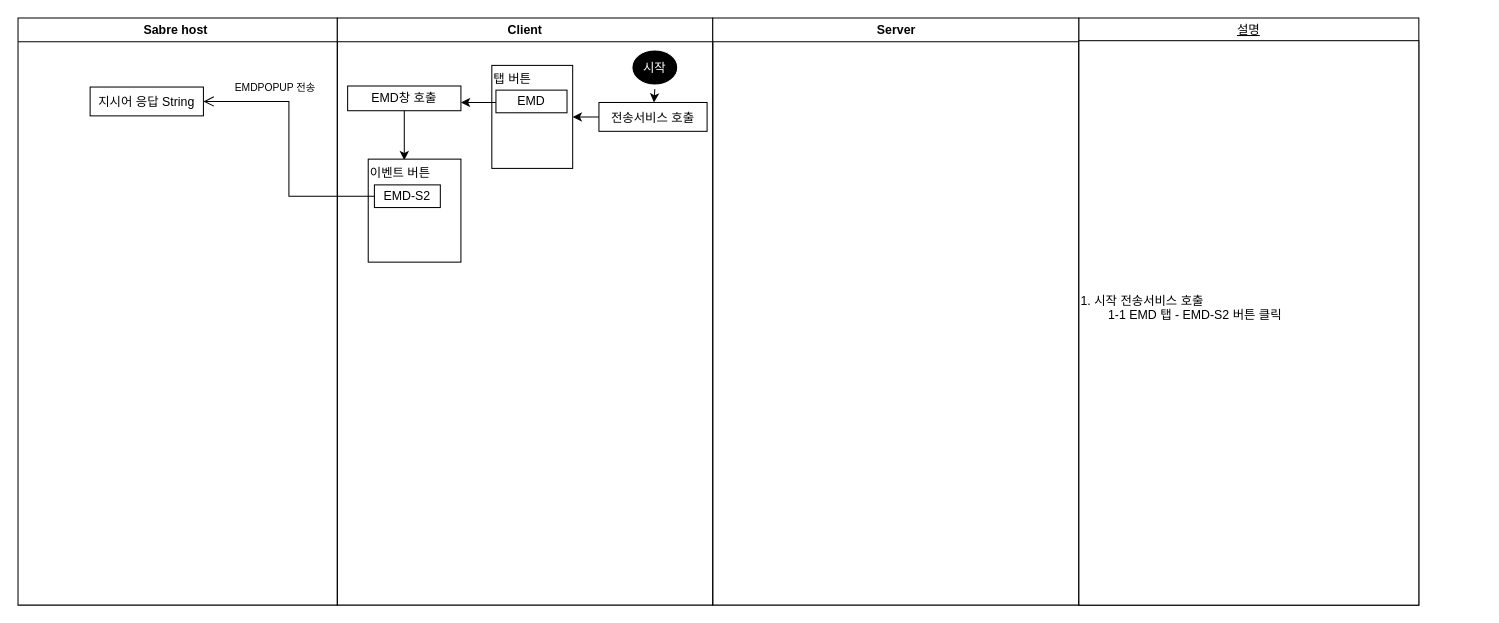
Above: 제목 없는 다이어그램.drawio in ShimDaeSung1/EMDS2 (draw.io), before the change. Source tidied: cells renumbered, new cells numbered last; positions are measured from the earlier drawing's top-left corner, leaving out a move shared by most shapes. Both pictures are drawn from the tidied source at 103%, with x=0, y=0 at pixel (18, 18).
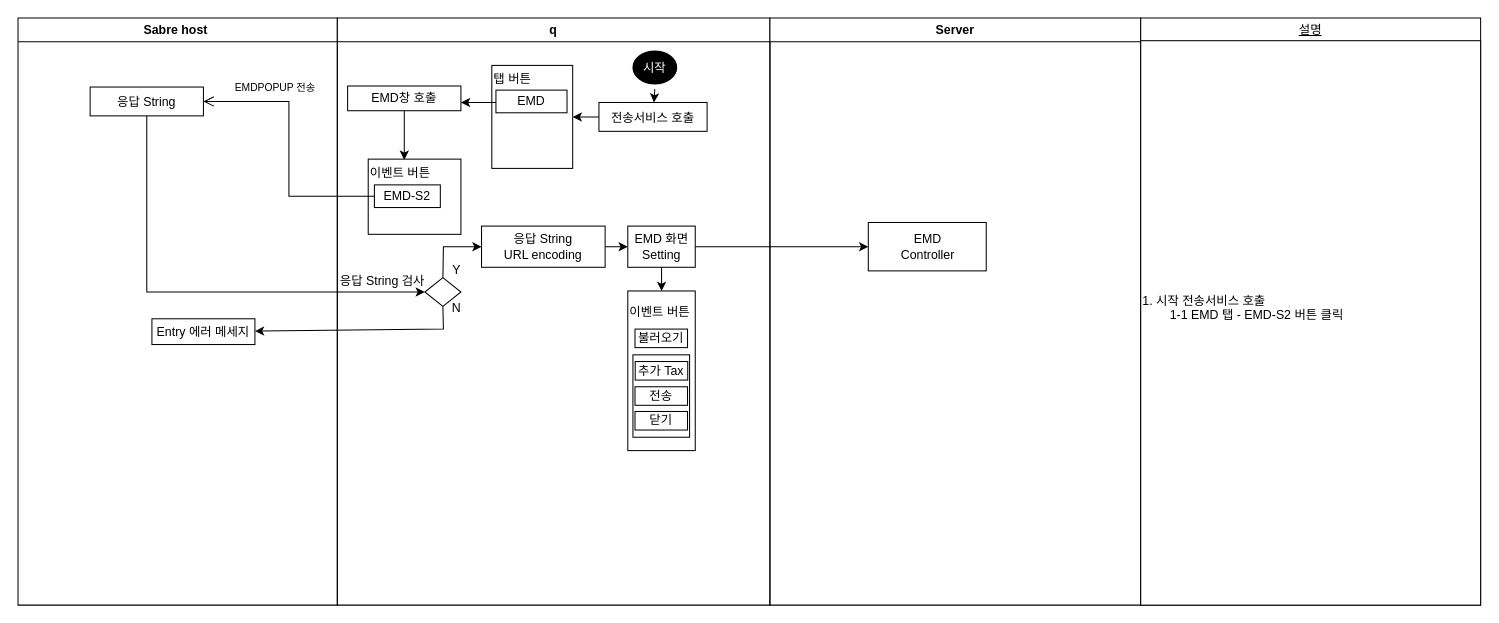
The same diagram, later.

Commit message:
제목 없는 다이어그램.drawio 업데이트

The change refers to these unchanged cells:
```xml
<mxCell id="2" value="Sabre host " style="swimlane;whiteSpace=wrap;" parent="1" vertex="1">
  <mxGeometry width="310" height="570" as="geometry" />
</mxCell>
```

Diff of the diagram source:
```diff
@@
-    <mxCell id="3" value="지시어 응답 String" parent="2" vertex="1">
+    <mxCell id="3" value="응답 String" parent="2" vertex="1">
       <mxGeometry x="70" y="67" width="110" height="28" as="geometry" />
     </mxCell>
@@
+    <mxCell id="21" value="Entry 에러 메세지" style="rounded=0;whiteSpace=wrap;html=1;" parent="2" vertex="1">
+      <mxGeometry x="130" y="292" width="100" height="25" as="geometry" />
+    </mxCell>
-    <mxCell id="5" value="Client" style="swimlane;whiteSpace=wrap;" parent="1" vertex="1">
-      <mxGeometry x="310" width="364.5" height="570" as="geometry" />
+    <mxCell id="5" value="q" style="swimlane;whiteSpace=wrap;" parent="1" vertex="1">
+      <mxGeometry x="310" width="420" height="570" as="geometry" />
     </mxCell>
@@
     <mxCell id="14" value="이벤트 버튼&#10;" style="align=left;verticalAlign=top;" parent="5" vertex="1">
-      <mxGeometry x="30" y="137" width="90" height="100" as="geometry" />
+      <mxGeometry x="30" y="137" width="90" height="73" as="geometry" />
     </mxCell>
@@
+    <mxCell id="22" style="rhombus;whiteSpace=wrap;html=1;" parent="5" vertex="1">
+      <mxGeometry x="85" y="252" width="35" height="28" as="geometry" />
+    </mxCell>
+    <mxCell id="23" value="응답 String 검사" style="text;html=1;strokeColor=none;fillColor=none;align=center;verticalAlign=middle;whiteSpace=wrap;rounded=0;" parent="5" vertex="1">
+      <mxGeometry x="-21" y="241" width="130" height="30" as="geometry" />
+    </mxCell>
+    <mxCell id="24" value="Y" style="text;html=1;strokeColor=none;fillColor=none;align=center;verticalAlign=middle;whiteSpace=wrap;rounded=0;" parent="5" vertex="1">
+      <mxGeometry x="89" y="239" width="54" height="11" as="geometry" />
+    </mxCell>
+    <mxCell id="25" value="N" style="text;html=1;strokeColor=none;fillColor=none;align=center;verticalAlign=middle;whiteSpace=wrap;rounded=0;" parent="5" vertex="1">
+      <mxGeometry x="106" y="280" width="20" height="3" as="geometry" />
+    </mxCell>
+    <mxCell id="26" style="edgeStyle=orthogonalEdgeStyle;rounded=0;jettySize=auto;html=1;" parent="5" edge="1" source="27" target="30">
+      <mxGeometry relative="1" as="geometry" />
+    </mxCell>
+    <mxCell id="27" value="응답 String&lt;br&gt;URL encoding" style="rounded=0;whiteSpace=wrap;html=1;" parent="5" vertex="1">
+      <mxGeometry x="140" y="202" width="120" height="40" as="geometry" />
+    </mxCell>
+    <mxCell id="28" style="endArrow=classic;html=1;rounded=0;exitX=0.5;exitY=0;exitDx=0;exitDy=0;entryX=0;entryY=0.5;entryDx=0;entryDy=0;" parent="5" edge="1" source="22" target="27">
+      <mxGeometry relative="1" as="geometry">
+        <Array as="points">
+          <mxPoint x="103" y="222" />
+        </Array>
+      </mxGeometry>
+    </mxCell>
+    <mxCell id="29" style="edgeStyle=orthogonalEdgeStyle;rounded=0;jettySize=auto;html=1;" parent="5" edge="1" source="30" target="31">
+      <mxGeometry relative="1" as="geometry" />
+    </mxCell>
+    <mxCell id="30" value="EMD 화면&lt;br&gt;Setting" style="rounded=0;whiteSpace=wrap;html=1;" parent="5" vertex="1">
+      <mxGeometry x="282" y="202" width="65.5" height="40" as="geometry" />
+    </mxCell>
+    <mxCell id="31" value="이벤트 버튼&lt;br&gt;&lt;br&gt;&lt;br&gt;&lt;br&gt;&lt;br&gt;&lt;br&gt;&lt;br&gt;&lt;br&gt;&lt;br&gt;" style="rounded=0;whiteSpace=wrap;html=1;align=left;" parent="5" vertex="1">
+      <mxGeometry x="282" y="265" width="65.5" height="155" as="geometry" />
+    </mxCell>
+    <mxCell id="32" value="불러오기" style="rounded=0;whiteSpace=wrap;html=1;" parent="5" vertex="1">
+      <mxGeometry x="289" y="302" width="51" height="18" as="geometry" />
+    </mxCell>
+    <mxCell id="33" style="rounded=0;whiteSpace=wrap;html=1;" parent="5" vertex="1">
+      <mxGeometry x="287" y="327" width="55" height="80" as="geometry" />
+    </mxCell>
+    <mxCell id="34" value="추가 Tax" style="rounded=0;whiteSpace=wrap;html=1;" parent="5" vertex="1">
+      <mxGeometry x="289.2" y="333.5" width="51" height="18" as="geometry" />
+    </mxCell>
+    <mxCell id="35" value="전송" style="rounded=0;whiteSpace=wrap;html=1;" parent="5" vertex="1">
+      <mxGeometry x="289" y="358" width="51" height="18" as="geometry" />
+    </mxCell>
+    <mxCell id="36" value="닫기" style="rounded=0;whiteSpace=wrap;html=1;" parent="5" vertex="1">
+      <mxGeometry x="289" y="382" width="51" height="18" as="geometry" />
+    </mxCell>
     <mxCell id="17" value="Server" style="swimlane;whiteSpace=wrap;" parent="1" vertex="1">
-      <mxGeometry x="674.5" width="355.5" height="570" as="geometry" />
+      <mxGeometry x="730" width="360" height="570" as="geometry" />
     </mxCell>
+    <mxCell id="37" value="EMD&lt;br&gt;Controller" style="rounded=0;whiteSpace=wrap;html=1;" parent="17" vertex="1">
+      <mxGeometry x="95.5" y="198.5" width="114.5" height="47" as="geometry" />
+    </mxCell>
     <mxCell id="18" value="설명" style="swimlane;whiteSpace=wrap;fontStyle=4;" parent="1" vertex="1">
-      <mxGeometry x="1030" width="330" height="570" as="geometry" />
+      <mxGeometry x="1090" width="330" height="570" as="geometry" />
     </mxCell>
@@
+    <mxCell id="38" style="endArrow=classic;html=1;rounded=0;exitX=0.5;exitY=1;exitDx=0;exitDy=0;entryX=0;entryY=0.5;entryDx=0;entryDy=0;" parent="1" edge="1" source="3" target="22">
+      <mxGeometry relative="1" as="geometry">
+        <Array as="points">
+          <mxPoint x="125" y="266" />
+        </Array>
+      </mxGeometry>
+    </mxCell>
+    <mxCell id="39" style="edgeStyle=orthogonalEdgeStyle;rounded=0;jettySize=auto;html=1;" parent="1" edge="1" source="30" target="37">
+      <mxGeometry relative="1" as="geometry" />
+    </mxCell>
+    <mxCell id="40" style="endArrow=classic;html=1;rounded=0;exitX=0.5;exitY=1;exitDx=0;exitDy=0;" parent="1" edge="1" source="22" target="21">
+      <mxGeometry relative="1" as="geometry">
+        <Array as="points">
+          <mxPoint x="413" y="302" />
+        </Array>
+      </mxGeometry>
+    </mxCell>
```
